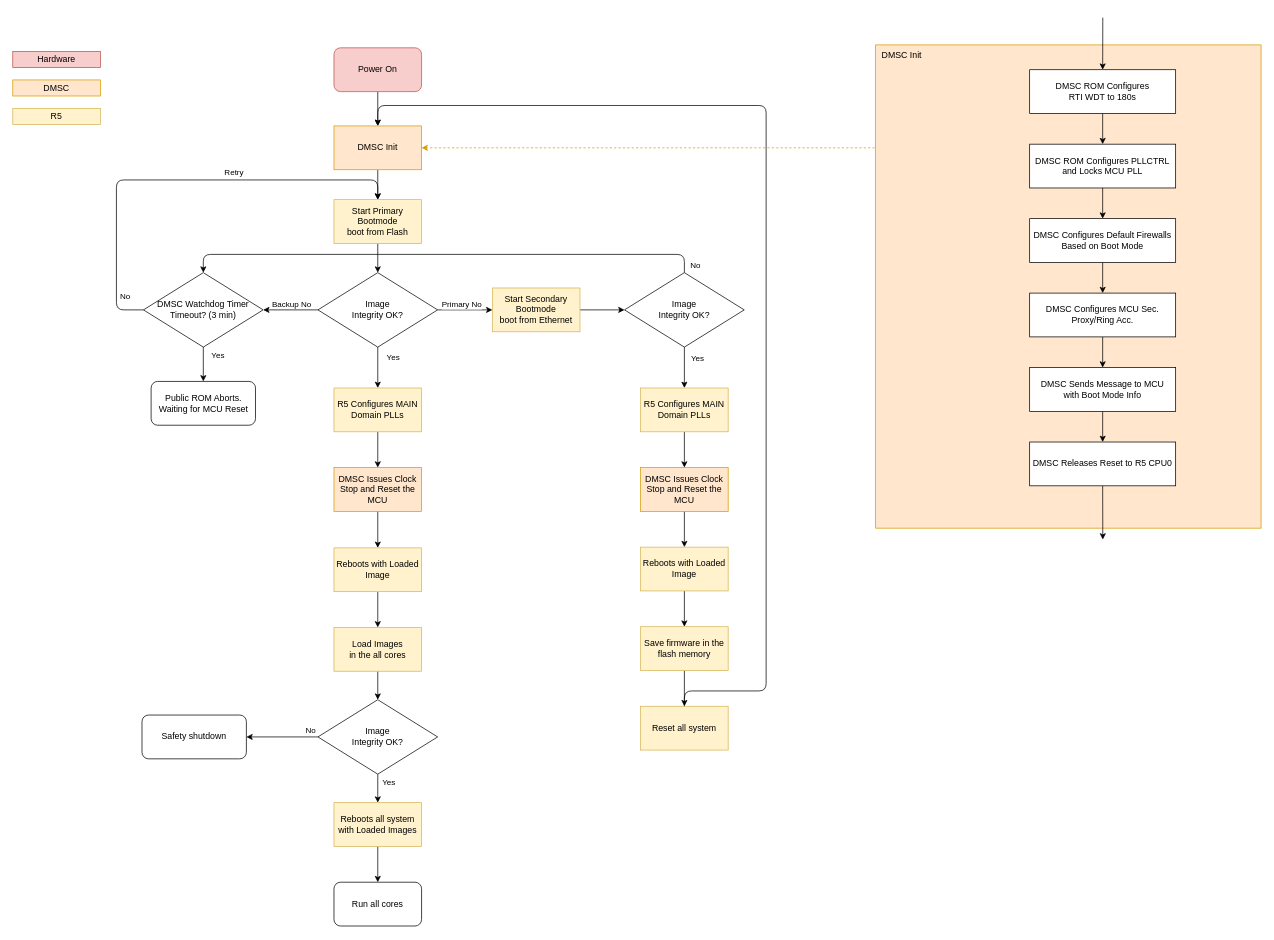
Before: schematic/05-sw-flow-booting.drawio in petrkucerak/diplom-thesis, a draw.io diagram. Source tidied: cells renumbered, new cells numbered last; positions are measured from the earlier drawing's top-left corner, leaving out a move shared by most shapes. Both pictures are drawn from the tidied source at 73%, with x=0, y=0 at pixel (12, 18).
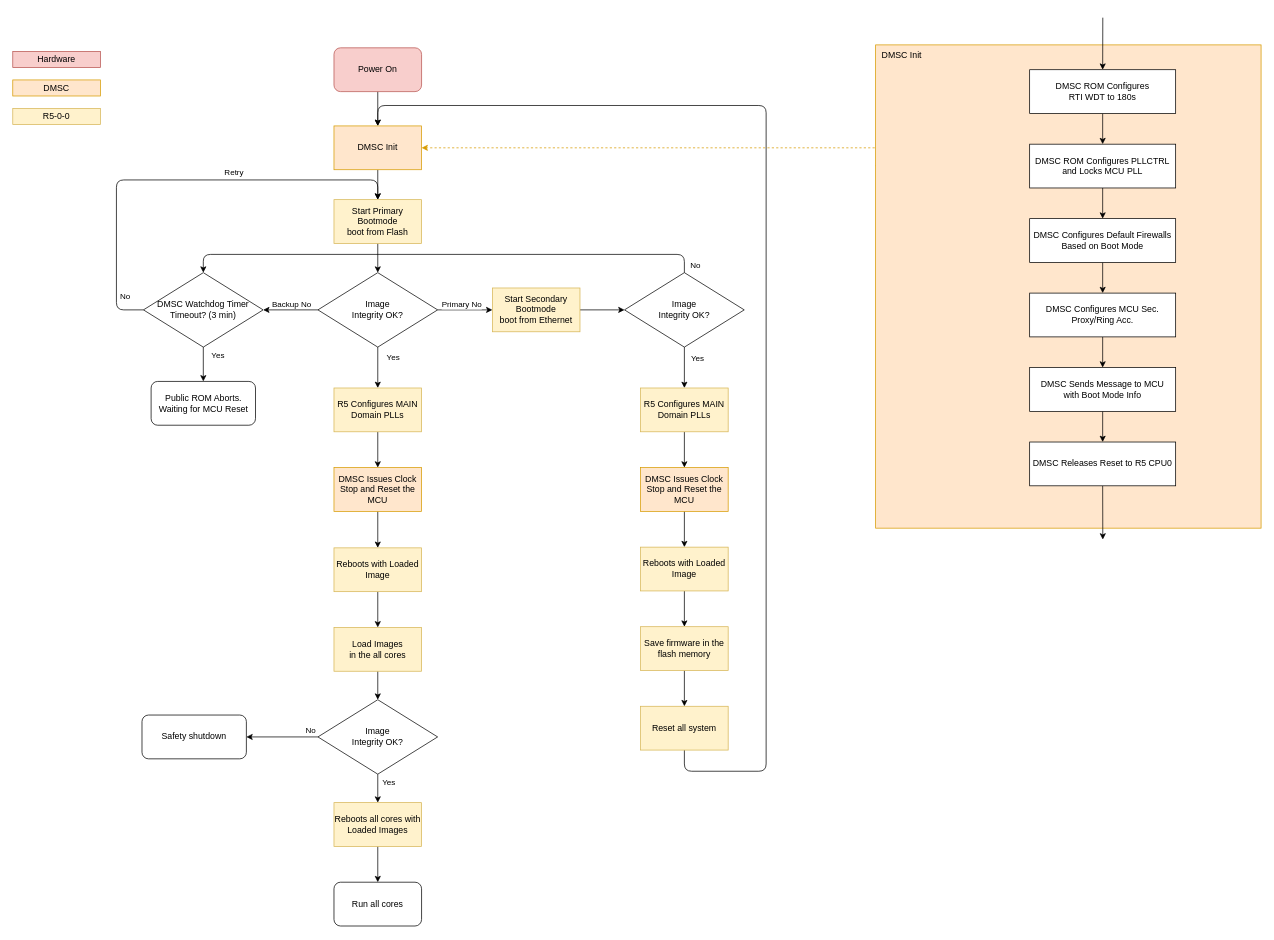
Above is the later version.

Unchanged cells that the change refers to:
```xml
<mxCell id="3" value="DMSC Init" style="rounded=0;whiteSpace=wrap;html=1;fillColor=#ffe6cc;strokeColor=#d79b00;" parent="1" vertex="1">
  <mxGeometry x="440" y="148" width="120" height="60" as="geometry" />
</mxCell>
<mxCell id="45" value="Reset all system" style="rounded=0;whiteSpace=wrap;html=1;fillColor=#fff2cc;strokeColor=#d6b656;" parent="1" vertex="1">
  <mxGeometry x="860" y="943" width="120" height="60" as="geometry" />
</mxCell>
```

Change to the diagram source:
```diff
@@
-    <mxCell id="38" value="Reboots all system with Loaded Images" style="rounded=0;whiteSpace=wrap;html=1;fillColor=#fff2cc;strokeColor=#d6b656;" parent="1" vertex="1">
+    <mxCell id="38" value="Reboots all cores with Loaded Images" style="rounded=0;whiteSpace=wrap;html=1;fillColor=#fff2cc;strokeColor=#d6b656;" parent="1" vertex="1">
       <mxGeometry x="440" y="1075" width="120" height="60" as="geometry" />
     </mxCell>
@@
     <mxCell id="44" style="edgeStyle=orthogonalEdgeStyle;html=1;exitX=0.5;exitY=1;exitDx=0;exitDy=0;entryX=0.5;entryY=0;entryDx=0;entryDy=0;" parent="1" edge="1" source="45" target="3">
       <mxGeometry relative="1" as="geometry">
         <Array as="points">
-          <mxPoint x="920" y="922" />
-          <mxPoint x="1032" y="922" />
+          <mxPoint x="920" y="1032" />
+          <mxPoint x="1032" y="1032" />
           <mxPoint x="1032" y="120" />
           <mxPoint x="500" y="120" />
         </Array>
       </mxGeometry>
     </mxCell>
@@
-    <mxCell id="48" value="R5" style="rounded=0;whiteSpace=wrap;html=1;fillColor=#fff2cc;strokeColor=#d6b656;flipV=1;" parent="1" vertex="1">
+    <mxCell id="48" value="R5-0-0" style="rounded=0;whiteSpace=wrap;html=1;fillColor=#fff2cc;strokeColor=#d6b656;flipV=1;" parent="1" vertex="1">
       <mxGeometry y="124" width="120" height="22" as="geometry" />
     </mxCell>
```
